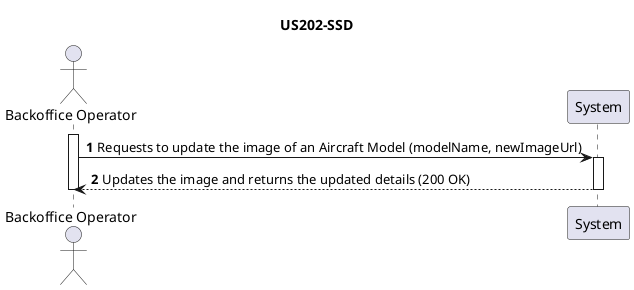
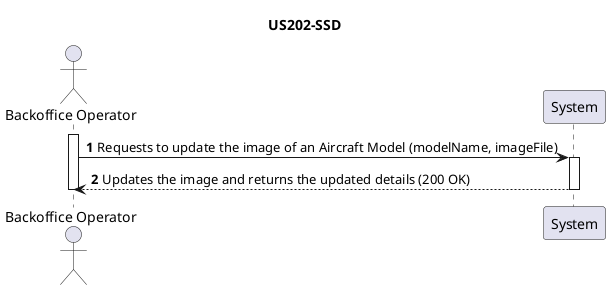
@startuml
- 
title US202-SSD
autonumber
actor "Backoffice Operator" as Operator
participant "System" as Sys

activate Operator
- Operator -> Sys : Requests to update the image of an Aircraft Model (modelName, newImageUrl)
+ Operator -> Sys : Requests to update the image of an Aircraft Model (modelName, imageFile)
activate Sys
Sys --> Operator : Updates the image and returns the updated details (200 OK)
deactivate Sys
deactivate Operator
@enduml